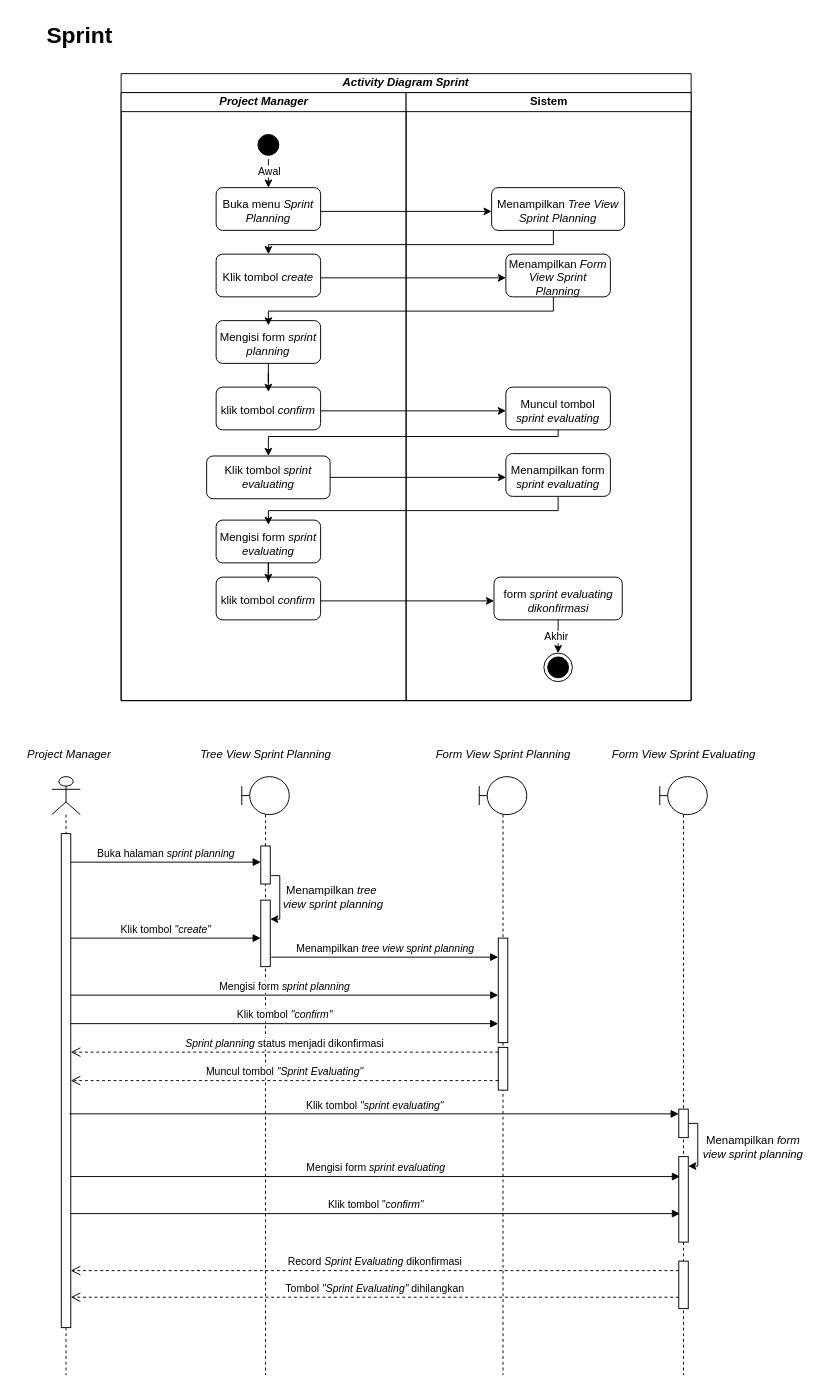
This is page "Halaman-4" (4 of 9) of Diagram Tanpa Judul.drawio from raldawiyahh/alda-resolusi, a draw.io file, before an edit. Source tidied: cells renumbered, new cells numbered last; positions are measured from the earlier drawing's top-left corner, leaving out a move shared by most shapes. Both pictures are drawn from the tidied source at 95%, with x=0, y=0 at pixel (16, 16).
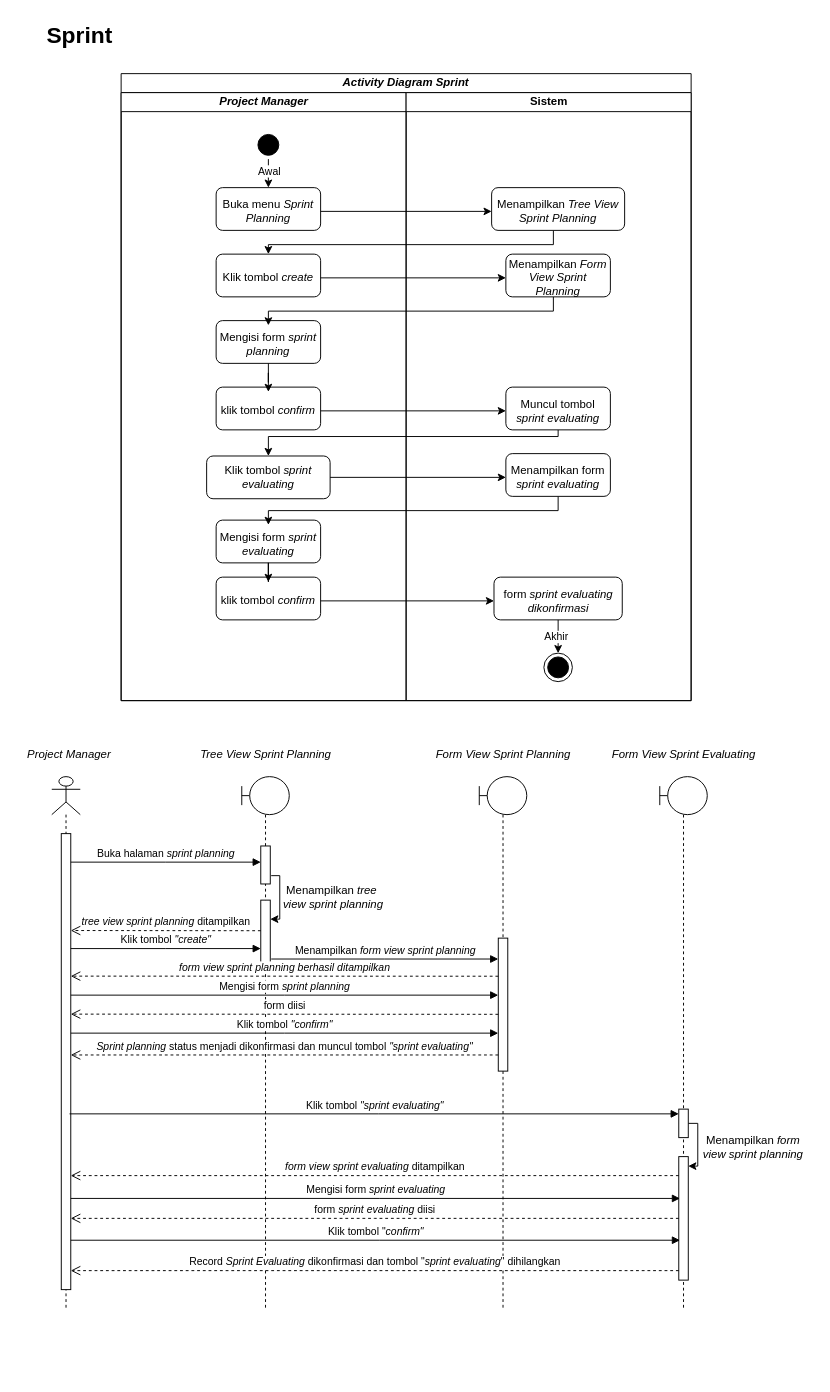
Above is the later version.

Change to the diagram source:
```diff
@@
     <mxCell id="58" style="shape=umlLifeline;perimeter=lifelinePerimeter;whiteSpace=wrap;html=1;newEdgeStyle={&quot;edgeStyle&quot;:&quot;elbowEdgeStyle&quot;,&quot;elbow&quot;:&quot;vertical&quot;,&quot;curved&quot;:0,&quot;rounded&quot;:0};participant=umlActor;" parent="1" vertex="1">
-      <mxGeometry x="37" y="800" width="30" height="630" as="geometry" />
+      <mxGeometry x="37" y="800" width="30" height="560" as="geometry" />
     </mxCell>
     <mxCell id="59" style="html=1;points=[];perimeter=orthogonalPerimeter;outlineConnect=0;targetShapes=umlLifeline;portConstraint=eastwest;newEdgeStyle={&quot;edgeStyle&quot;:&quot;elbowEdgeStyle&quot;,&quot;elbow&quot;:&quot;vertical&quot;,&quot;curved&quot;:0,&quot;rounded&quot;:0};" parent="58" vertex="1">
-      <mxGeometry x="10" y="60" width="10" height="520" as="geometry" />
+      <mxGeometry x="10" y="60" width="10" height="480" as="geometry" />
     </mxCell>
     <mxCell id="60" style="shape=umlLifeline;perimeter=lifelinePerimeter;whiteSpace=wrap;html=1;newEdgeStyle={&quot;edgeStyle&quot;:&quot;elbowEdgeStyle&quot;,&quot;elbow&quot;:&quot;vertical&quot;,&quot;curved&quot;:0,&quot;rounded&quot;:0};participant=umlBoundary;" parent="1" vertex="1">
-      <mxGeometry x="237" y="800" width="50" height="630" as="geometry" />
+      <mxGeometry x="237" y="800" width="50" height="560" as="geometry" />
     </mxCell>
@@
     <mxCell id="64" style="shape=umlLifeline;perimeter=lifelinePerimeter;whiteSpace=wrap;html=1;newEdgeStyle={&quot;edgeStyle&quot;:&quot;elbowEdgeStyle&quot;,&quot;elbow&quot;:&quot;vertical&quot;,&quot;curved&quot;:0,&quot;rounded&quot;:0};participant=umlBoundary;" parent="1" vertex="1">
-      <mxGeometry x="487" y="800" width="50" height="630" as="geometry" />
+      <mxGeometry x="487" y="800" width="50" height="560" as="geometry" />
     </mxCell>
     <mxCell id="65" style="html=1;perimeter=orthogonalPerimeter;targetShapes=umlLifeline;newEdgeStyle={&quot;edgeStyle&quot;:&quot;elbowEdgeStyle&quot;,&quot;elbow&quot;:&quot;vertical&quot;,&quot;curved&quot;:0,&quot;rounded&quot;:0};" parent="64" vertex="1">
-      <mxGeometry x="20" y="170" width="10" height="110" as="geometry" />
+      <mxGeometry x="20" y="170" width="10" height="140" as="geometry" />
     </mxCell>
-    <mxCell id="66" style="html=1;perimeter=orthogonalPerimeter;targetShapes=umlLifeline;newEdgeStyle={&quot;edgeStyle&quot;:&quot;elbowEdgeStyle&quot;,&quot;elbow&quot;:&quot;vertical&quot;,&quot;curved&quot;:0,&quot;rounded&quot;:0};" parent="64" vertex="1">
-      <mxGeometry x="20" y="285" width="10" height="45" as="geometry" />
-    </mxCell>
     <mxCell id="67" style="shape=umlLifeline;perimeter=lifelinePerimeter;whiteSpace=wrap;html=1;newEdgeStyle={&quot;edgeStyle&quot;:&quot;elbowEdgeStyle&quot;,&quot;elbow&quot;:&quot;vertical&quot;,&quot;curved&quot;:0,&quot;rounded&quot;:0};participant=umlBoundary;" parent="1" vertex="1">
-      <mxGeometry x="677" y="800" width="50" height="630" as="geometry" />
+      <mxGeometry x="677" y="800" width="50" height="560" as="geometry" />
     </mxCell>
@@
     <mxCell id="70" style="html=1;points=[];perimeter=orthogonalPerimeter;outlineConnect=0;targetShapes=umlLifeline;portConstraint=eastwest;newEdgeStyle={&quot;edgeStyle&quot;:&quot;elbowEdgeStyle&quot;,&quot;elbow&quot;:&quot;vertical&quot;,&quot;curved&quot;:0,&quot;rounded&quot;:0};" parent="67" vertex="1">
-      <mxGeometry x="20" y="400" width="10" height="90" as="geometry" />
+      <mxGeometry x="20" y="400" width="10" height="130" as="geometry" />
     </mxCell>
-    <mxCell id="71" style="html=1;perimeter=orthogonalPerimeter;targetShapes=umlLifeline;newEdgeStyle={&quot;edgeStyle&quot;:&quot;elbowEdgeStyle&quot;,&quot;elbow&quot;:&quot;vertical&quot;,&quot;curved&quot;:0,&quot;rounded&quot;:0};" parent="67" vertex="1">
-      <mxGeometry x="20" y="510" width="10" height="50" as="geometry" />
-    </mxCell>
@@
     <mxCell id="78" value="Klik tombol&lt;i&gt; &quot;create&quot; &lt;/i&gt;" style="html=1;verticalAlign=bottom;endArrow=block;edgeStyle=elbowEdgeStyle;elbow=vertical;curved=0;rounded=0;" parent="1" edge="1">
       <mxGeometry relative="1" as="geometry">
-        <mxPoint x="57" y="970" as="sourcePoint" />
-        <mxPoint x="257" y="970" as="targetPoint" />
+        <mxPoint x="57" y="981" as="sourcePoint" />
+        <mxPoint x="257" y="981" as="targetPoint" />
       </mxGeometry>
     </mxCell>
-    <mxCell id="79" value="&lt;div&gt;Menampilkan &lt;i&gt;tree view sprint planning&lt;/i&gt;&lt;/div&gt;" style="html=1;verticalAlign=bottom;endArrow=block;edgeStyle=elbowEdgeStyle;elbow=vertical;curved=0;rounded=0;" parent="1" edge="1">
+    <mxCell id="79" value="&lt;div&gt;Menampilkan &lt;i&gt;form view sprint planning&lt;/i&gt;&lt;/div&gt;" style="html=1;verticalAlign=bottom;endArrow=block;edgeStyle=elbowEdgeStyle;elbow=vertical;curved=0;rounded=0;" parent="1" edge="1">
       <mxGeometry relative="1" as="geometry">
-        <mxPoint x="268" y="990" as="sourcePoint" />
-        <mxPoint x="507" y="990" as="targetPoint" />
+        <mxPoint x="268" y="992" as="sourcePoint" />
+        <mxPoint x="507" y="992" as="targetPoint" />
       </mxGeometry>
     </mxCell>
@@
     <mxCell id="81" value="Klik tombol&lt;i&gt; &quot;confirm&quot;&lt;/i&gt;" style="html=1;verticalAlign=bottom;endArrow=block;edgeStyle=elbowEdgeStyle;elbow=horizontal;curved=0;rounded=0;" parent="1" edge="1">
       <mxGeometry relative="1" as="geometry">
-        <mxPoint x="57" y="1060" as="sourcePoint" />
-        <mxPoint x="507" y="1060" as="targetPoint" />
+        <mxPoint x="57" y="1070" as="sourcePoint" />
+        <mxPoint x="507" y="1070" as="targetPoint" />
       </mxGeometry>
     </mxCell>
-    <mxCell id="82" value="&lt;i&gt;Sprint planning &lt;/i&gt;status menjadi dikonfirmasi" style="html=1;verticalAlign=bottom;endArrow=open;dashed=1;endSize=8;edgeStyle=elbowEdgeStyle;elbow=vertical;curved=0;rounded=0;" parent="1" edge="1" target="59">
+    <mxCell id="82" value="&lt;i&gt;Sprint planning &lt;/i&gt;status menjadi dikonfirmasi dan muncul tombol&lt;i&gt; &quot;sprint evaluating&quot;&lt;/i&gt;" style="html=1;verticalAlign=bottom;endArrow=open;dashed=1;endSize=8;edgeStyle=elbowEdgeStyle;elbow=vertical;curved=0;rounded=0;" parent="1" edge="1">
       <mxGeometry relative="1" as="geometry">
-        <mxPoint x="507" y="1090" as="sourcePoint" />
+        <mxPoint x="507" y="1093" as="sourcePoint" />
+        <mxPoint x="57" y="1093.3" as="targetPoint" />
       </mxGeometry>
     </mxCell>
-    <mxCell id="83" value="Muncul tombol &lt;i&gt;&quot;Sprint Evaluating&quot;&lt;br&gt;&lt;/i&gt;" style="html=1;verticalAlign=bottom;endArrow=open;dashed=1;endSize=8;edgeStyle=elbowEdgeStyle;elbow=vertical;curved=0;rounded=0;" parent="1" edge="1">
-      <mxGeometry relative="1" as="geometry">
-        <mxPoint x="507" y="1120" as="sourcePoint" />
-        <mxPoint x="57" y="1120" as="targetPoint" />
-      </mxGeometry>
-    </mxCell>
@@
     <mxCell id="86" value="Mengisi form &lt;i&gt;sprint evaluating&lt;/i&gt;" style="html=1;verticalAlign=bottom;endArrow=block;edgeStyle=elbowEdgeStyle;elbow=horizontal;curved=0;rounded=0;" parent="1" edge="1">
       <mxGeometry relative="1" as="geometry">
-        <mxPoint x="57" y="1221" as="sourcePoint" />
-        <mxPoint x="698.3" y="1221" as="targetPoint" />
+        <mxPoint x="57" y="1244" as="sourcePoint" />
+        <mxPoint x="698.3" y="1244" as="targetPoint" />
         <Array as="points">
-          <mxPoint x="382.3" y="1221" />
+          <mxPoint x="382.3" y="1244" />
         </Array>
       </mxGeometry>
     </mxCell>
     <mxCell id="87" value="Klik tombol &quot;&lt;i&gt;confirm&quot;&lt;/i&gt;" style="html=1;verticalAlign=bottom;endArrow=block;edgeStyle=elbowEdgeStyle;elbow=horizontal;curved=0;rounded=0;" parent="1" edge="1">
       <mxGeometry relative="1" as="geometry">
-        <mxPoint x="57" y="1260" as="sourcePoint" />
-        <mxPoint x="698.3" y="1260" as="targetPoint" />
+        <mxPoint x="57" y="1288" as="sourcePoint" />
+        <mxPoint x="698.3" y="1288" as="targetPoint" />
         <Array as="points">
-          <mxPoint x="382.3" y="1260" />
+          <mxPoint x="382.3" y="1288" />
         </Array>
       </mxGeometry>
     </mxCell>
-    <mxCell id="88" value="Record &lt;i&gt;Sprint Evaluating &lt;/i&gt;dikonfirmasi" style="html=1;verticalAlign=bottom;endArrow=open;dashed=1;endSize=8;edgeStyle=elbowEdgeStyle;elbow=vertical;curved=0;rounded=0;" parent="1" edge="1" target="59">
+    <mxCell id="88" value="Record &lt;i&gt;Sprint Evaluating &lt;/i&gt;dikonfirmasi dan tombol &quot;&lt;i&gt;sprint evaluating&lt;/i&gt;&quot; dihilangkan" style="html=1;verticalAlign=bottom;endArrow=open;dashed=1;endSize=8;edgeStyle=elbowEdgeStyle;elbow=vertical;curved=0;rounded=0;" parent="1" edge="1" target="59">
       <mxGeometry relative="1" as="geometry">
         <mxPoint x="697" y="1320" as="sourcePoint" />
       </mxGeometry>
     </mxCell>
-    <mxCell id="89" value="Tombol &lt;i&gt;&quot;Sprint Evaluating&quot; &lt;/i&gt;dihilangkan&lt;i&gt;&lt;br&gt;&lt;/i&gt;" style="html=1;verticalAlign=bottom;endArrow=open;dashed=1;endSize=8;edgeStyle=elbowEdgeStyle;elbow=vertical;curved=0;rounded=0;" parent="1" edge="1" target="59">
-      <mxGeometry relative="1" as="geometry">
-        <mxPoint x="697" y="1348" as="sourcePoint" />
-      </mxGeometry>
-    </mxCell>
+    <mxCell id="90" value="&lt;i&gt;tree view sprint planning&lt;/i&gt; ditampilkan" style="html=1;verticalAlign=bottom;endArrow=open;dashed=1;endSize=8;edgeStyle=elbowEdgeStyle;elbow=vertical;curved=0;rounded=0;" parent="1" edge="1">
+      <mxGeometry relative="1" as="geometry">
+        <mxPoint x="257" y="962.2" as="sourcePoint" />
+        <mxPoint x="57" y="962.3" as="targetPoint" />
+      </mxGeometry>
+    </mxCell>
+    <mxCell id="91" value="&lt;i&gt;form view sprint planning berhasil ditampilkan&lt;br&gt;&lt;/i&gt;" style="html=1;verticalAlign=bottom;endArrow=open;dashed=1;endSize=8;edgeStyle=elbowEdgeStyle;elbow=vertical;curved=0;rounded=0;" parent="1" edge="1">
+      <mxGeometry relative="1" as="geometry">
+        <mxPoint x="507" y="1010.1" as="sourcePoint" />
+        <mxPoint x="57" y="1010.1" as="targetPoint" />
+      </mxGeometry>
+    </mxCell>
+    <mxCell id="92" value="form diisi&lt;i&gt;&lt;br&gt;&lt;/i&gt;" style="html=1;verticalAlign=bottom;endArrow=open;dashed=1;endSize=8;edgeStyle=elbowEdgeStyle;elbow=vertical;curved=0;rounded=0;" parent="1" edge="1">
+      <mxGeometry relative="1" as="geometry">
+        <mxPoint x="507" y="1050.2" as="sourcePoint" />
+        <mxPoint x="57" y="1050.2" as="targetPoint" />
+      </mxGeometry>
+    </mxCell>
+    <mxCell id="93" value="&lt;i&gt;form view sprint evaluating&lt;/i&gt; ditampilkan" style="html=1;verticalAlign=bottom;endArrow=open;dashed=1;endSize=8;edgeStyle=elbowEdgeStyle;elbow=vertical;curved=0;rounded=0;" parent="1" edge="1">
+      <mxGeometry relative="1" as="geometry">
+        <mxPoint x="697" y="1220" as="sourcePoint" />
+        <mxPoint x="57" y="1220" as="targetPoint" />
+      </mxGeometry>
+    </mxCell>
+    <mxCell id="94" value="form &lt;i&gt;sprint evaluating &lt;/i&gt;diisi" style="html=1;verticalAlign=bottom;endArrow=open;dashed=1;endSize=8;edgeStyle=elbowEdgeStyle;elbow=vertical;curved=0;rounded=0;" parent="1" edge="1">
+      <mxGeometry relative="1" as="geometry">
+        <mxPoint x="697" y="1265" as="sourcePoint" />
+        <mxPoint x="57" y="1265" as="targetPoint" />
+      </mxGeometry>
+    </mxCell>
```
